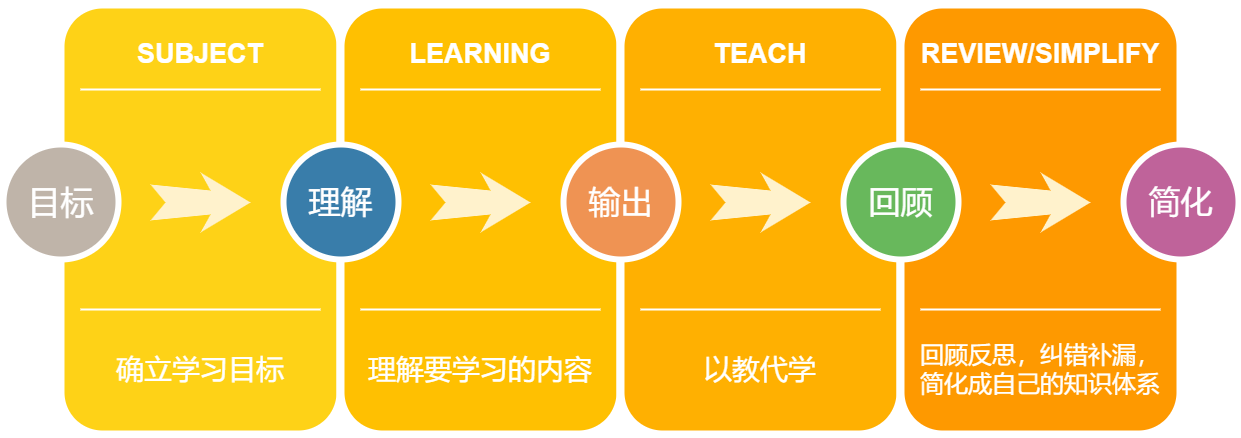
The draw.io diagram 未命名绘图.drawio.png in hongwueryi/opencv, before a commit. Source tidied: cells renumbered, new cells last; positions are measured from the earlier drawing's top-left corner, leaving out a move shared by most shapes.
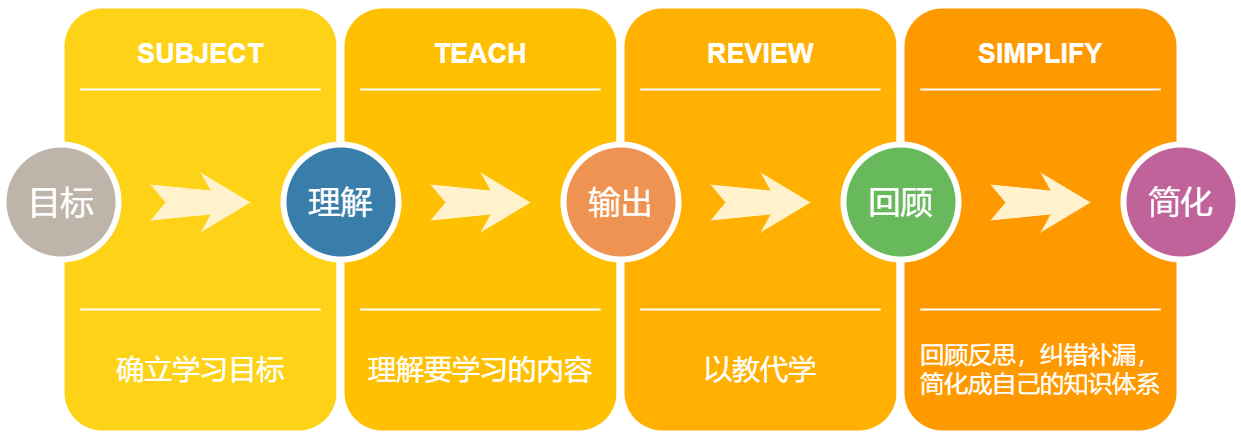
The same file after the commit.

Commit message:
更新未命名绘图.drawio.png

Diff of the diagram source:
```diff
@@ -26,7 +26,7 @@
     <mxCell id="9" style="whiteSpace=wrap;html=1;rounded=1;shadow=0;strokeWidth=8;fontSize=20;align=center;fillColor=#FFC001;strokeColor=#FFFFFF;" parent="1" vertex="1">
       <mxGeometry x="337" width="280" height="430" as="geometry" />
     </mxCell>
-    <mxCell id="10" value="LEARNING" style="text;html=1;strokeColor=none;fillColor=none;align=center;verticalAlign=middle;whiteSpace=wrap;rounded=0;shadow=0;fontSize=27;fontColor=#FFFFFF;fontStyle=1;" parent="1" vertex="1">
+    <mxCell id="10" value="TEACH" style="text;html=1;strokeColor=none;fillColor=none;align=center;verticalAlign=middle;whiteSpace=wrap;rounded=0;shadow=0;fontSize=27;fontColor=#FFFFFF;fontStyle=1;" parent="1" vertex="1">
       <mxGeometry x="337" y="20" width="280" height="60" as="geometry" />
     </mxCell>
     <mxCell id="11" value="&lt;font style=&quot;font-size: 28px;&quot;&gt;理解要学习的内容&lt;/font&gt;" style="text;html=1;strokeColor=none;fillColor=none;align=center;verticalAlign=middle;whiteSpace=wrap;rounded=0;shadow=0;fontSize=14;fontColor=#FFFFFF;" parent="1" vertex="1">
@@ -47,7 +47,7 @@
     <mxCell id="16" style="whiteSpace=wrap;html=1;rounded=1;shadow=0;strokeWidth=8;fontSize=20;align=center;fillColor=#FFB001;strokeColor=#FFFFFF;" parent="1" vertex="1">
       <mxGeometry x="617" width="280" height="430" as="geometry" />
     </mxCell>
-    <mxCell id="17" value="TEACH" style="text;html=1;strokeColor=none;fillColor=none;align=center;verticalAlign=middle;whiteSpace=wrap;rounded=0;shadow=0;fontSize=27;fontColor=#FFFFFF;fontStyle=1;" parent="1" vertex="1">
+    <mxCell id="17" value="REVIEW" style="text;html=1;strokeColor=none;fillColor=none;align=center;verticalAlign=middle;whiteSpace=wrap;rounded=0;shadow=0;fontSize=27;fontColor=#FFFFFF;fontStyle=1;" parent="1" vertex="1">
       <mxGeometry x="617" y="20" width="280" height="60" as="geometry" />
     </mxCell>
     <mxCell id="18" value="&lt;font style=&quot;font-size: 28px;&quot;&gt;以教代学&lt;/font&gt;" style="text;html=1;strokeColor=none;fillColor=none;align=center;verticalAlign=middle;whiteSpace=wrap;rounded=0;shadow=0;fontSize=14;fontColor=#FFFFFF;" parent="1" vertex="1">
@@ -68,7 +68,7 @@
     <mxCell id="23" style="whiteSpace=wrap;html=1;rounded=1;shadow=0;strokeWidth=8;fontSize=20;align=center;fillColor=#FE9900;strokeColor=#FFFFFF;" parent="1" vertex="1">
       <mxGeometry x="897" width="280" height="430" as="geometry" />
     </mxCell>
-    <mxCell id="24" value="REVIEW/SIMPLIFY" style="text;html=1;strokeColor=none;fillColor=none;align=center;verticalAlign=middle;whiteSpace=wrap;rounded=0;shadow=0;fontSize=27;fontColor=#FFFFFF;fontStyle=1;" parent="1" vertex="1">
+    <mxCell id="24" value="SIMPLIFY" style="text;html=1;strokeColor=none;fillColor=none;align=center;verticalAlign=middle;whiteSpace=wrap;rounded=0;shadow=0;fontSize=27;fontColor=#FFFFFF;fontStyle=1;" parent="1" vertex="1">
       <mxGeometry x="897" y="20" width="280" height="60" as="geometry" />
     </mxCell>
     <mxCell id="25" value="&lt;font style=&quot;font-size: 24px;&quot;&gt;回顾反思，纠错补漏，&lt;br&gt;简化成自己的知识体系&lt;/font&gt;" style="text;html=1;strokeColor=none;fillColor=none;align=center;verticalAlign=middle;whiteSpace=wrap;rounded=0;shadow=0;fontSize=14;fontColor=#FFFFFF;" parent="1" vertex="1">
```
